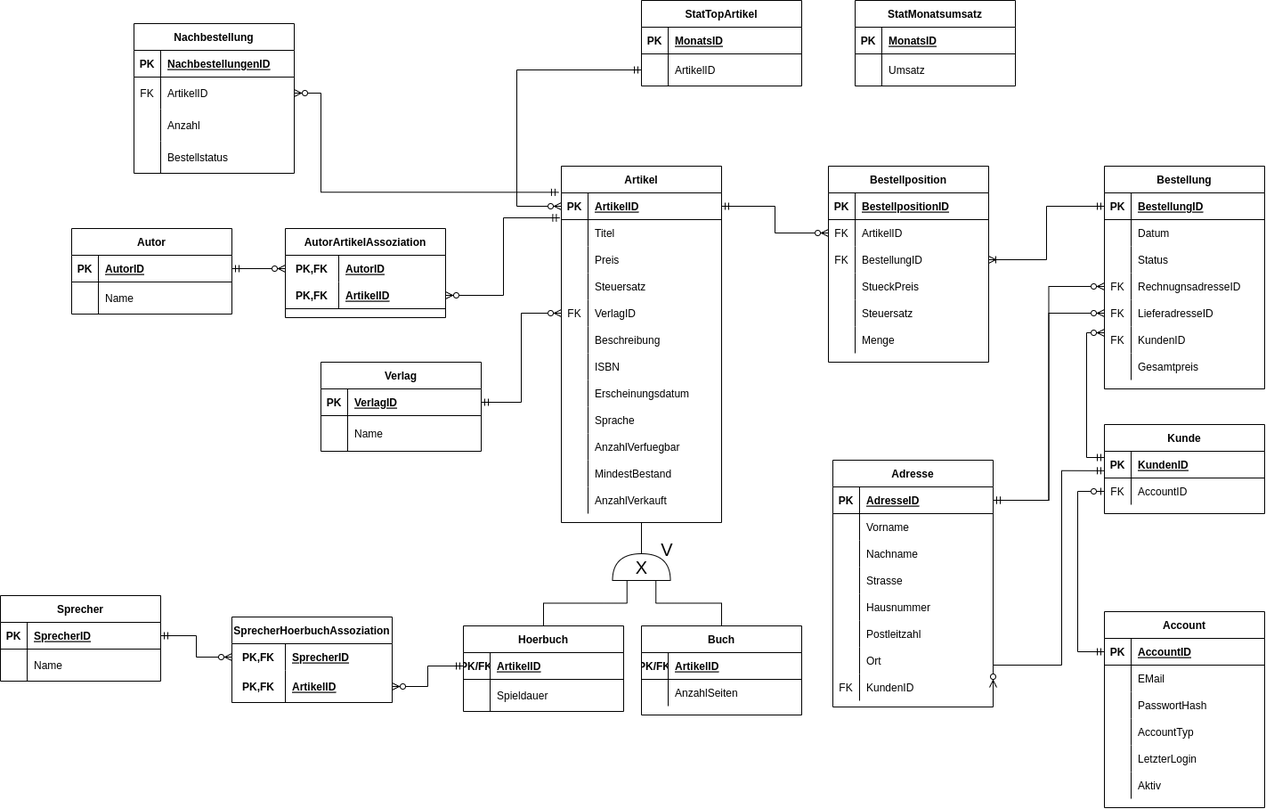
WalnussMuenze22/db2-buecherwurm keeps this draw.io diagram as EERD/EERM.png. Above is the earlier version. Source tidied: cells renumbered, new cells last; positions are measured from the earlier drawing's top-left corner, leaving out a move shared by most shapes.
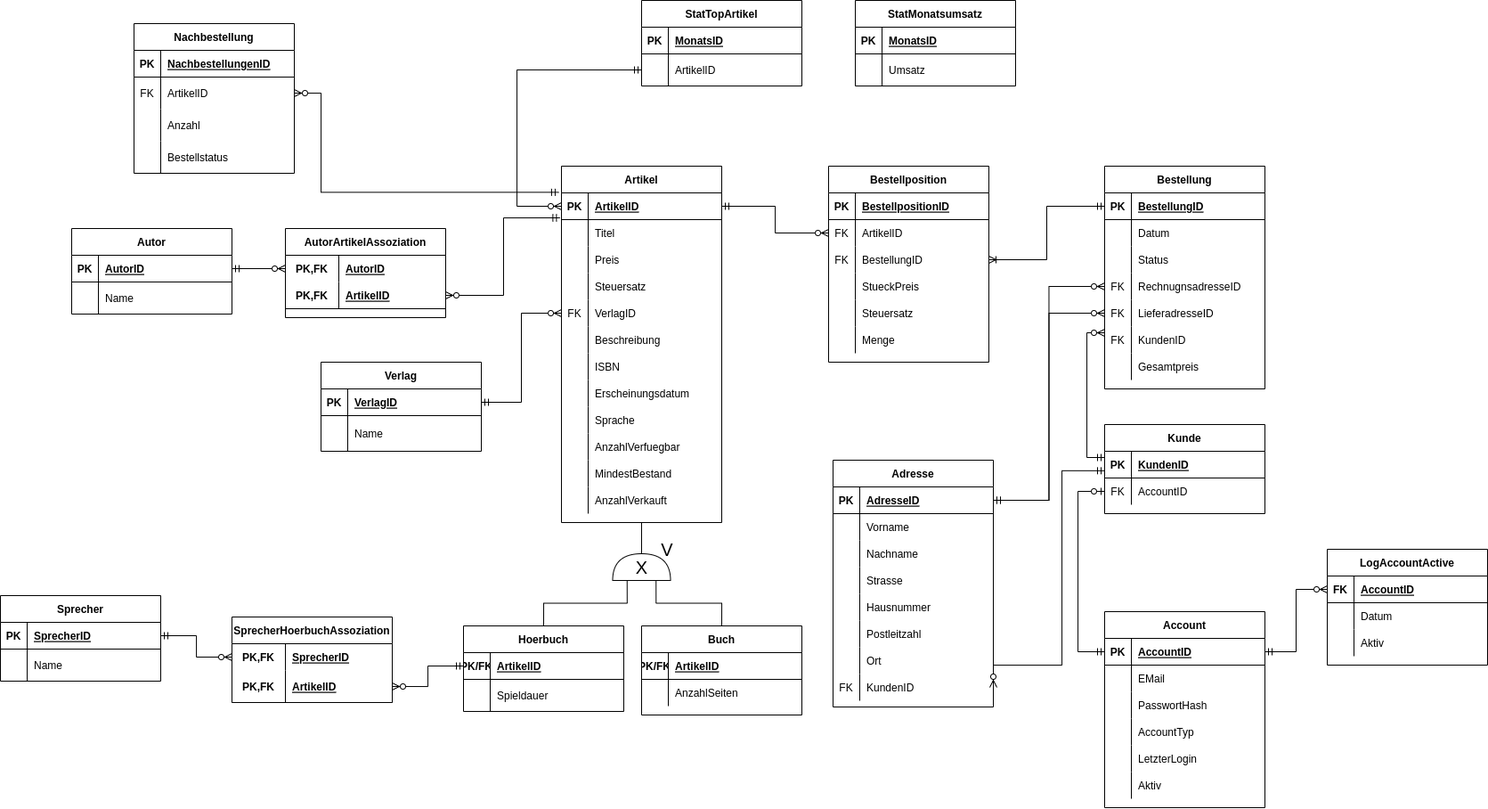
After the change.

Change to the diagram source:
```diff
@@ -705,5 +705,38 @@
         </Array>
       </mxGeometry>
     </mxCell>
+    <mxCell id="227" value="LogAccountActive" style="shape=table;startSize=30;rowLines=0;fontStyle=1;align=center;" parent="1" vertex="1">
+      <mxGeometry x="1490" y="616" width="180" height="130" as="geometry" />
+    </mxCell>
+    <mxCell id="228" style="shape=tableRow;horizontal=0;startSize=0;swimlaneHead=0;swimlaneBody=0;fillColor=none;points=[[0,0.5],[1,0.5]];portConstraint=eastwest;top=0;left=0;right=0;bottom=1;" parent="227" vertex="1">
+      <mxGeometry y="30" width="180" height="30" as="geometry" />
+    </mxCell>
+    <mxCell id="229" value="FK" style="shape=partialRectangle;fillColor=none;top=0;left=0;bottom=0;right=0;fontStyle=1;overflow=hidden;" parent="228" vertex="1">
+      <mxGeometry width="30" height="30" as="geometry" />
+    </mxCell>
+    <mxCell id="230" value="AccountID" style="shape=partialRectangle;fillColor=none;top=0;left=0;bottom=0;right=0;align=left;spacingLeft=6;fontStyle=5;overflow=hidden;" parent="228" vertex="1">
+      <mxGeometry x="30" width="150" height="30" as="geometry" />
+    </mxCell>
+    <mxCell id="231" style="shape=tableRow;horizontal=0;startSize=0;swimlaneHead=0;swimlaneBody=0;fillColor=none;top=0;left=0;right=0;bottom=0;" parent="227" vertex="1">
+      <mxGeometry y="60" width="180" height="30" as="geometry" />
+    </mxCell>
+    <mxCell id="232" style="shape=partialRectangle;fillColor=none;top=0;left=0;bottom=0;right=0;overflow=hidden;" parent="231" vertex="1">
+      <mxGeometry width="30" height="30" as="geometry" />
+    </mxCell>
+    <mxCell id="233" value="Datum" style="shape=partialRectangle;fillColor=none;top=0;left=0;bottom=0;right=0;align=left;spacingLeft=6;overflow=hidden;" parent="231" vertex="1">
+      <mxGeometry x="30" width="150" height="30" as="geometry" />
+    </mxCell>
+    <mxCell id="234" style="shape=tableRow;horizontal=0;startSize=0;swimlaneHead=0;swimlaneBody=0;fillColor=none;top=0;left=0;right=0;bottom=0;" parent="227" vertex="1">
+      <mxGeometry y="90" width="180" height="30" as="geometry" />
+    </mxCell>
+    <mxCell id="235" style="shape=partialRectangle;fillColor=none;top=0;left=0;bottom=0;right=0;overflow=hidden;" parent="234" vertex="1">
+      <mxGeometry width="30" height="30" as="geometry" />
+    </mxCell>
+    <mxCell id="236" value="Aktiv" style="shape=partialRectangle;fillColor=none;top=0;left=0;bottom=0;right=0;align=left;spacingLeft=6;overflow=hidden;" parent="234" vertex="1">
+      <mxGeometry x="30" width="150" height="30" as="geometry" />
+    </mxCell>
+    <mxCell id="237" style="edgeStyle=orthogonalEdgeStyle;fontSize=12;html=1;endArrow=ERzeroToMany;startArrow=ERmandOne;rounded=0;exitX=1;exitY=0.5;exitDx=0;exitDy=0;entryX=0;entryY=0.5;entryDx=0;entryDy=0;" parent="1" edge="1" source="142" target="228">
+      <mxGeometry relative="1" as="geometry" />
+    </mxCell>
   </root>
 </mxGraphModel>
```
